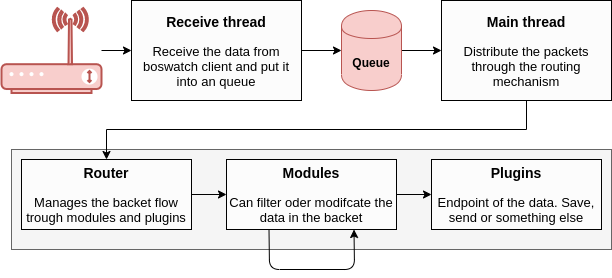
This is docu/docs/img/server.png from BOSWatch/BW3-Core, a draw.io export, as it was before one commit. Source tidied: cells renumbered, new cells last; positions are measured from the earlier drawing's top-left corner, leaving out a move shared by most shapes.
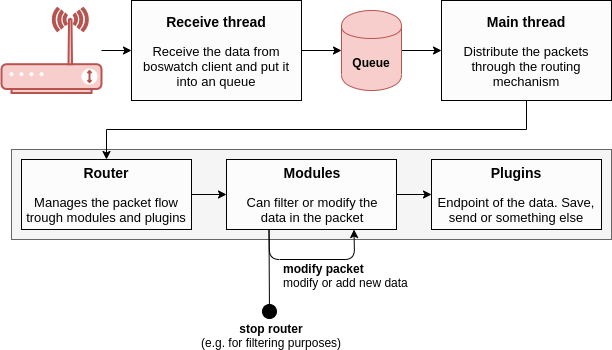
After the commit.

What changed in the source:
```diff
@@ -2,8 +2,8 @@
   <root>
     <mxCell id="0" />
     <mxCell id="1" parent="0" />
-    <mxCell id="2" style="rounded=0;whiteSpace=wrap;html=1;strokeColor=#666666;fillColor=#f5f5f5;fontColor=#333333;align=left;" parent="1" vertex="1">
-      <mxGeometry x="10" y="149" width="600" height="100" as="geometry" />
+    <mxCell id="2" style="rounded=0;whiteSpace=wrap;html=1;align=left;fillColor=#f5f5f5;strokeColor=#666666;fontColor=#333333;" parent="1" vertex="1">
+      <mxGeometry x="10" y="149" width="600" height="90" as="geometry" />
     </mxCell>
     <mxCell id="3" style="edgeStyle=orthogonalEdgeStyle;rounded=0;jettySize=auto;html=1;entryX=0.5;entryY=0;entryDx=0;entryDy=0;" parent="1" edge="1" source="4" target="15">
       <mxGeometry relative="1" as="geometry">
@@ -37,7 +37,7 @@
     <mxCell id="11" style="edgeStyle=orthogonalEdgeStyle;rounded=0;jettySize=auto;html=1;" parent="1" edge="1" source="12" target="13">
       <mxGeometry relative="1" as="geometry" />
     </mxCell>
-    <mxCell id="12" value="&lt;font&gt;&lt;b&gt;&lt;font style=&quot;font-size: 14px&quot;&gt;Modules&lt;/font&gt;&lt;/b&gt;&lt;br&gt;&lt;br&gt;&lt;span style=&quot;font-size: 13px&quot;&gt;Can filter oder modifcate the data in the backet&lt;/span&gt;&lt;br&gt;&lt;/font&gt;" style="rounded=0;whiteSpace=wrap;html=1;strokeColor=#000000;fillColor=#FCFCFC;" parent="1" vertex="1">
+    <mxCell id="12" value="&lt;font&gt;&lt;b&gt;&lt;font style=&quot;font-size: 14px&quot;&gt;Modules&lt;/font&gt;&lt;/b&gt;&lt;br&gt;&lt;br&gt;&lt;span style=&quot;font-size: 13px&quot;&gt;Can filter or modify the&lt;br&gt;data in the packet&lt;/span&gt;&lt;br&gt;&lt;/font&gt;" style="rounded=0;whiteSpace=wrap;html=1;strokeColor=#000000;fillColor=#FCFCFC;" parent="1" vertex="1">
       <mxGeometry x="225" y="159" width="170" height="70" as="geometry" />
     </mxCell>
     <mxCell id="13" value="&lt;font&gt;&lt;b&gt;&lt;font style=&quot;font-size: 14px&quot;&gt;Plugins&lt;/font&gt;&lt;/b&gt;&lt;br&gt;&lt;br&gt;&lt;span style=&quot;font-size: 13px&quot;&gt;Endpoint of the data. Save, send or something else&lt;/span&gt;&lt;br&gt;&lt;/font&gt;" style="rounded=0;whiteSpace=wrap;html=1;strokeColor=#000000;fillColor=#FCFCFC;" parent="1" vertex="1">
@@ -46,16 +46,29 @@
     <mxCell id="14" style="edgeStyle=orthogonalEdgeStyle;rounded=0;jettySize=auto;html=1;" parent="1" edge="1" source="15" target="12">
       <mxGeometry relative="1" as="geometry" />
     </mxCell>
-    <mxCell id="15" value="&lt;font&gt;&lt;span style=&quot;font-size: 14px&quot;&gt;&lt;b&gt;Router&lt;/b&gt;&lt;/span&gt;&lt;br&gt;&lt;br&gt;&lt;span style=&quot;font-size: 13px&quot;&gt;Manages the backet flow trough modules and plugins&lt;/span&gt;&lt;br&gt;&lt;/font&gt;" style="rounded=0;whiteSpace=wrap;html=1;strokeColor=#000000;fillColor=#FCFCFC;" parent="1" vertex="1">
+    <mxCell id="15" value="&lt;font&gt;&lt;span style=&quot;font-size: 14px&quot;&gt;&lt;b&gt;Router&lt;/b&gt;&lt;/span&gt;&lt;br&gt;&lt;br&gt;&lt;span style=&quot;font-size: 13px&quot;&gt;Manages the packet flow trough modules and plugins&lt;/span&gt;&lt;br&gt;&lt;/font&gt;" style="rounded=0;whiteSpace=wrap;html=1;strokeColor=#000000;fillColor=#FCFCFC;" parent="1" vertex="1">
       <mxGeometry x="20" y="159" width="170" height="70" as="geometry" />
     </mxCell>
     <mxCell id="16" style="endArrow=classic;html=1;exitX=0.25;exitY=1;exitDx=0;exitDy=0;entryX=0.75;entryY=1;entryDx=0;entryDy=0;" parent="1" edge="1" source="12" target="12">
       <mxGeometry relative="1" as="geometry">
         <Array as="points">
-          <mxPoint x="268" y="269" />
-          <mxPoint x="353" y="269" />
+          <mxPoint x="268" y="259" />
+          <mxPoint x="353" y="259" />
         </Array>
       </mxGeometry>
     </mxCell>
+    <mxCell id="17" value="&lt;b&gt;modify packet&lt;/b&gt;&lt;br&gt;modify or add new data" style="text;html=1;align=left;verticalAlign=middle;labelBackgroundColor=#ffffff;" parent="16" vertex="1">
+      <mxGeometry x="0.16" y="1" relative="1" as="geometry">
+        <mxPoint x="-42" y="16" as="offset" />
+      </mxGeometry>
+    </mxCell>
+    <mxCell id="18" style="endArrow=circle;html=1;exitX=0.25;exitY=1;exitDx=0;exitDy=0;endFill=1;" parent="1" edge="1" source="12">
+      <mxGeometry relative="1" as="geometry">
+        <mxPoint x="268" y="319" as="targetPoint" />
+      </mxGeometry>
+    </mxCell>
+    <mxCell id="19" value="&lt;b&gt;stop router&lt;/b&gt;&lt;br&gt;(e.g. for filtering purposes)" style="text;html=1;align=center;verticalAlign=top;spacingTop=-4;" parent="1" vertex="1">
+      <mxGeometry x="190" y="319" width="160" height="30" as="geometry" />
+    </mxCell>
   </root>
 </mxGraphModel>
```
